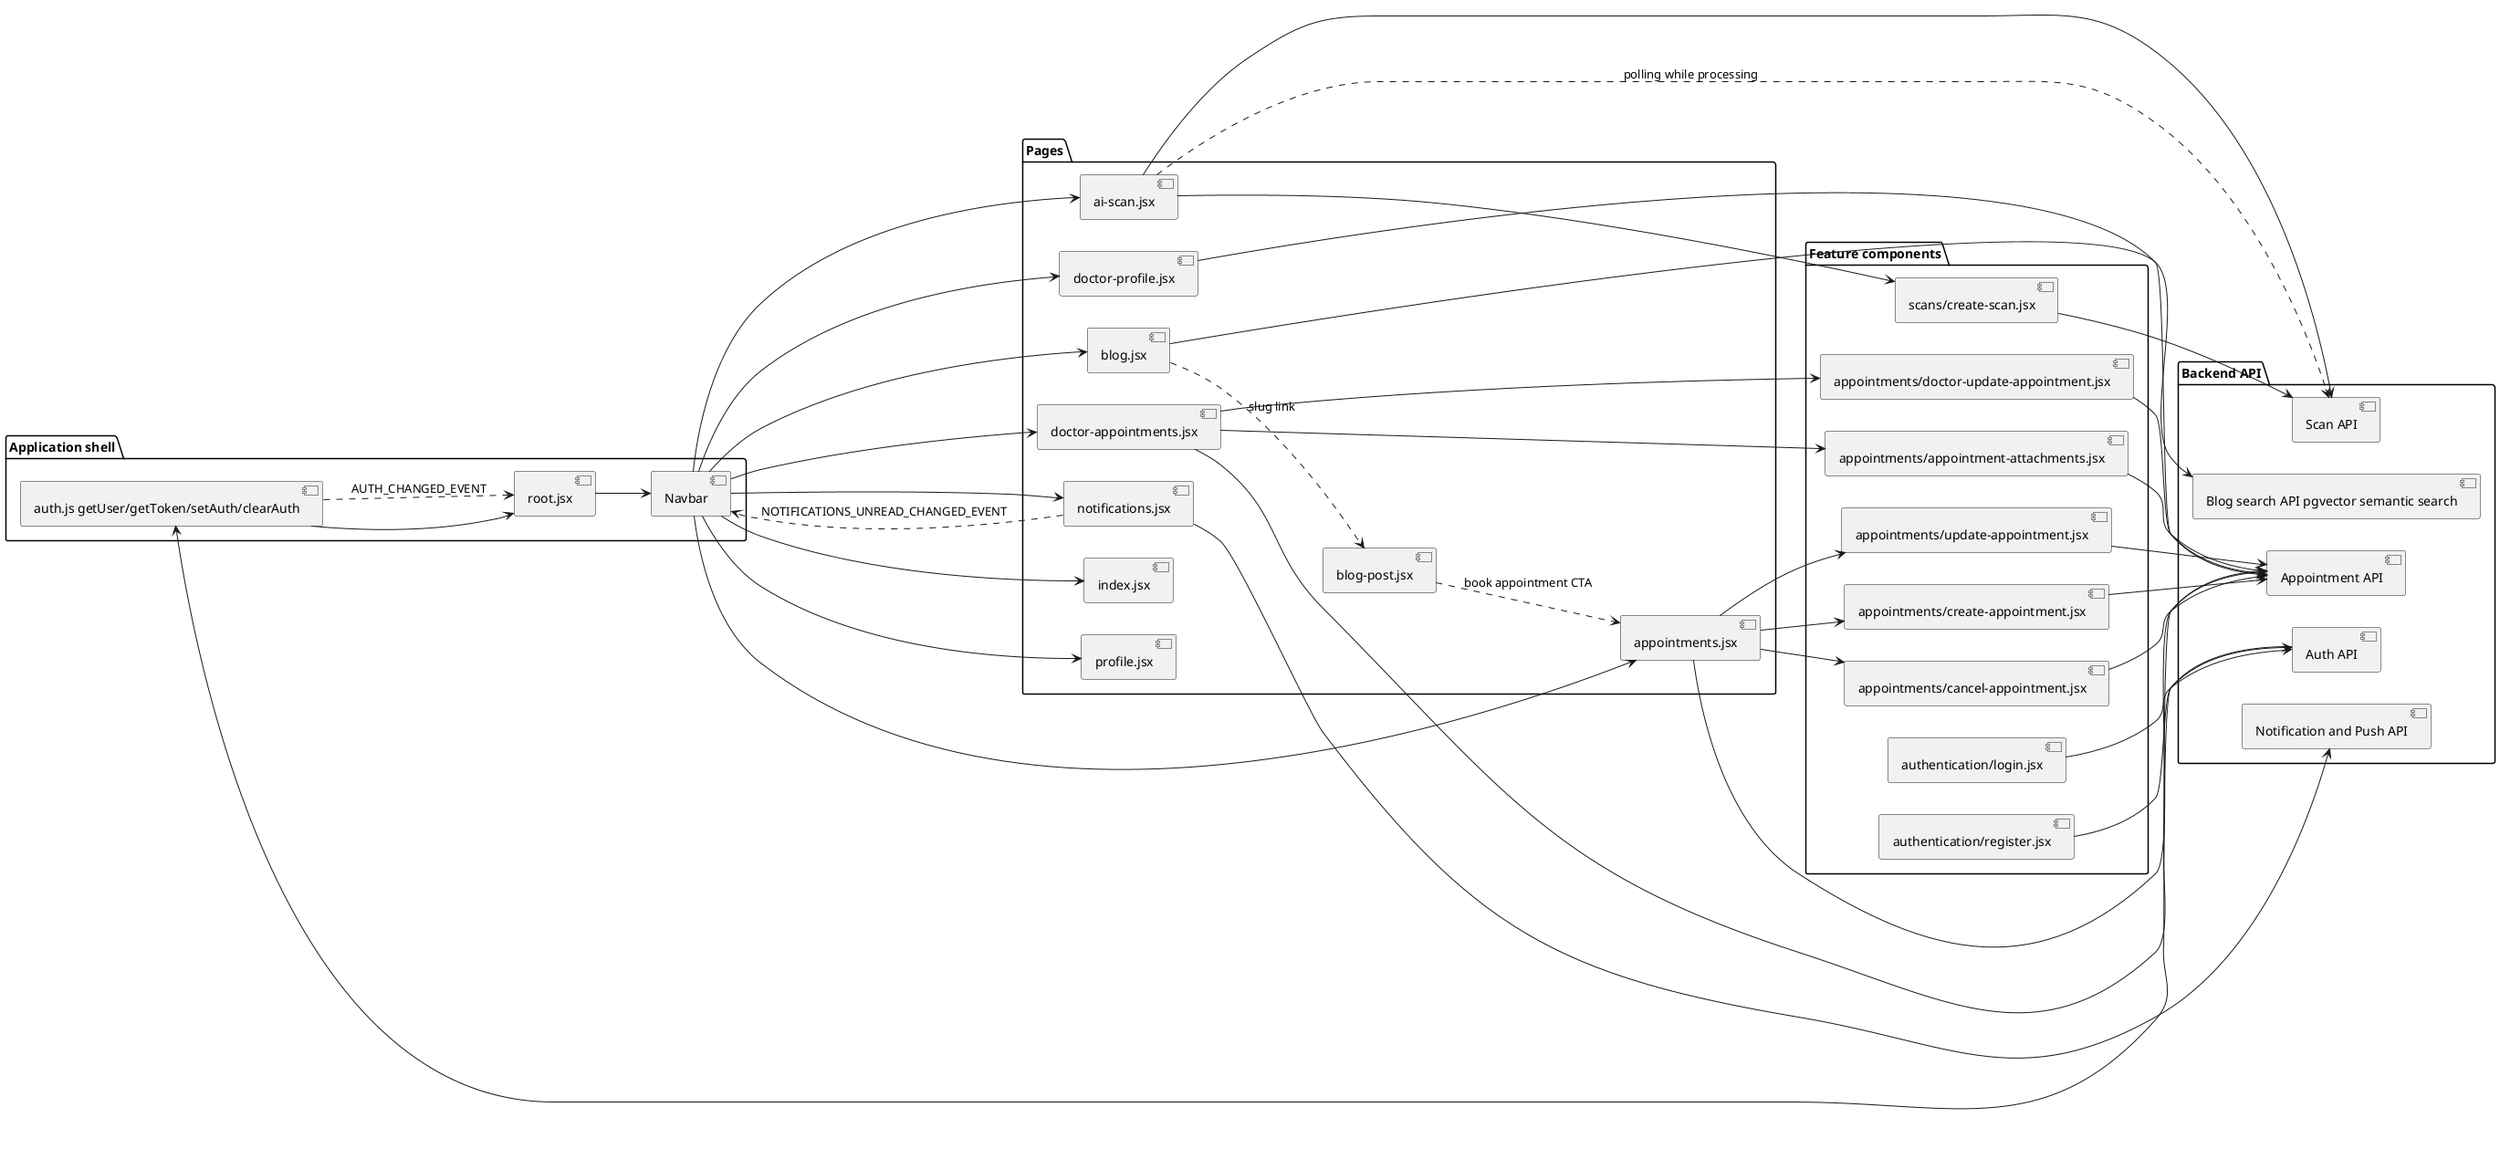
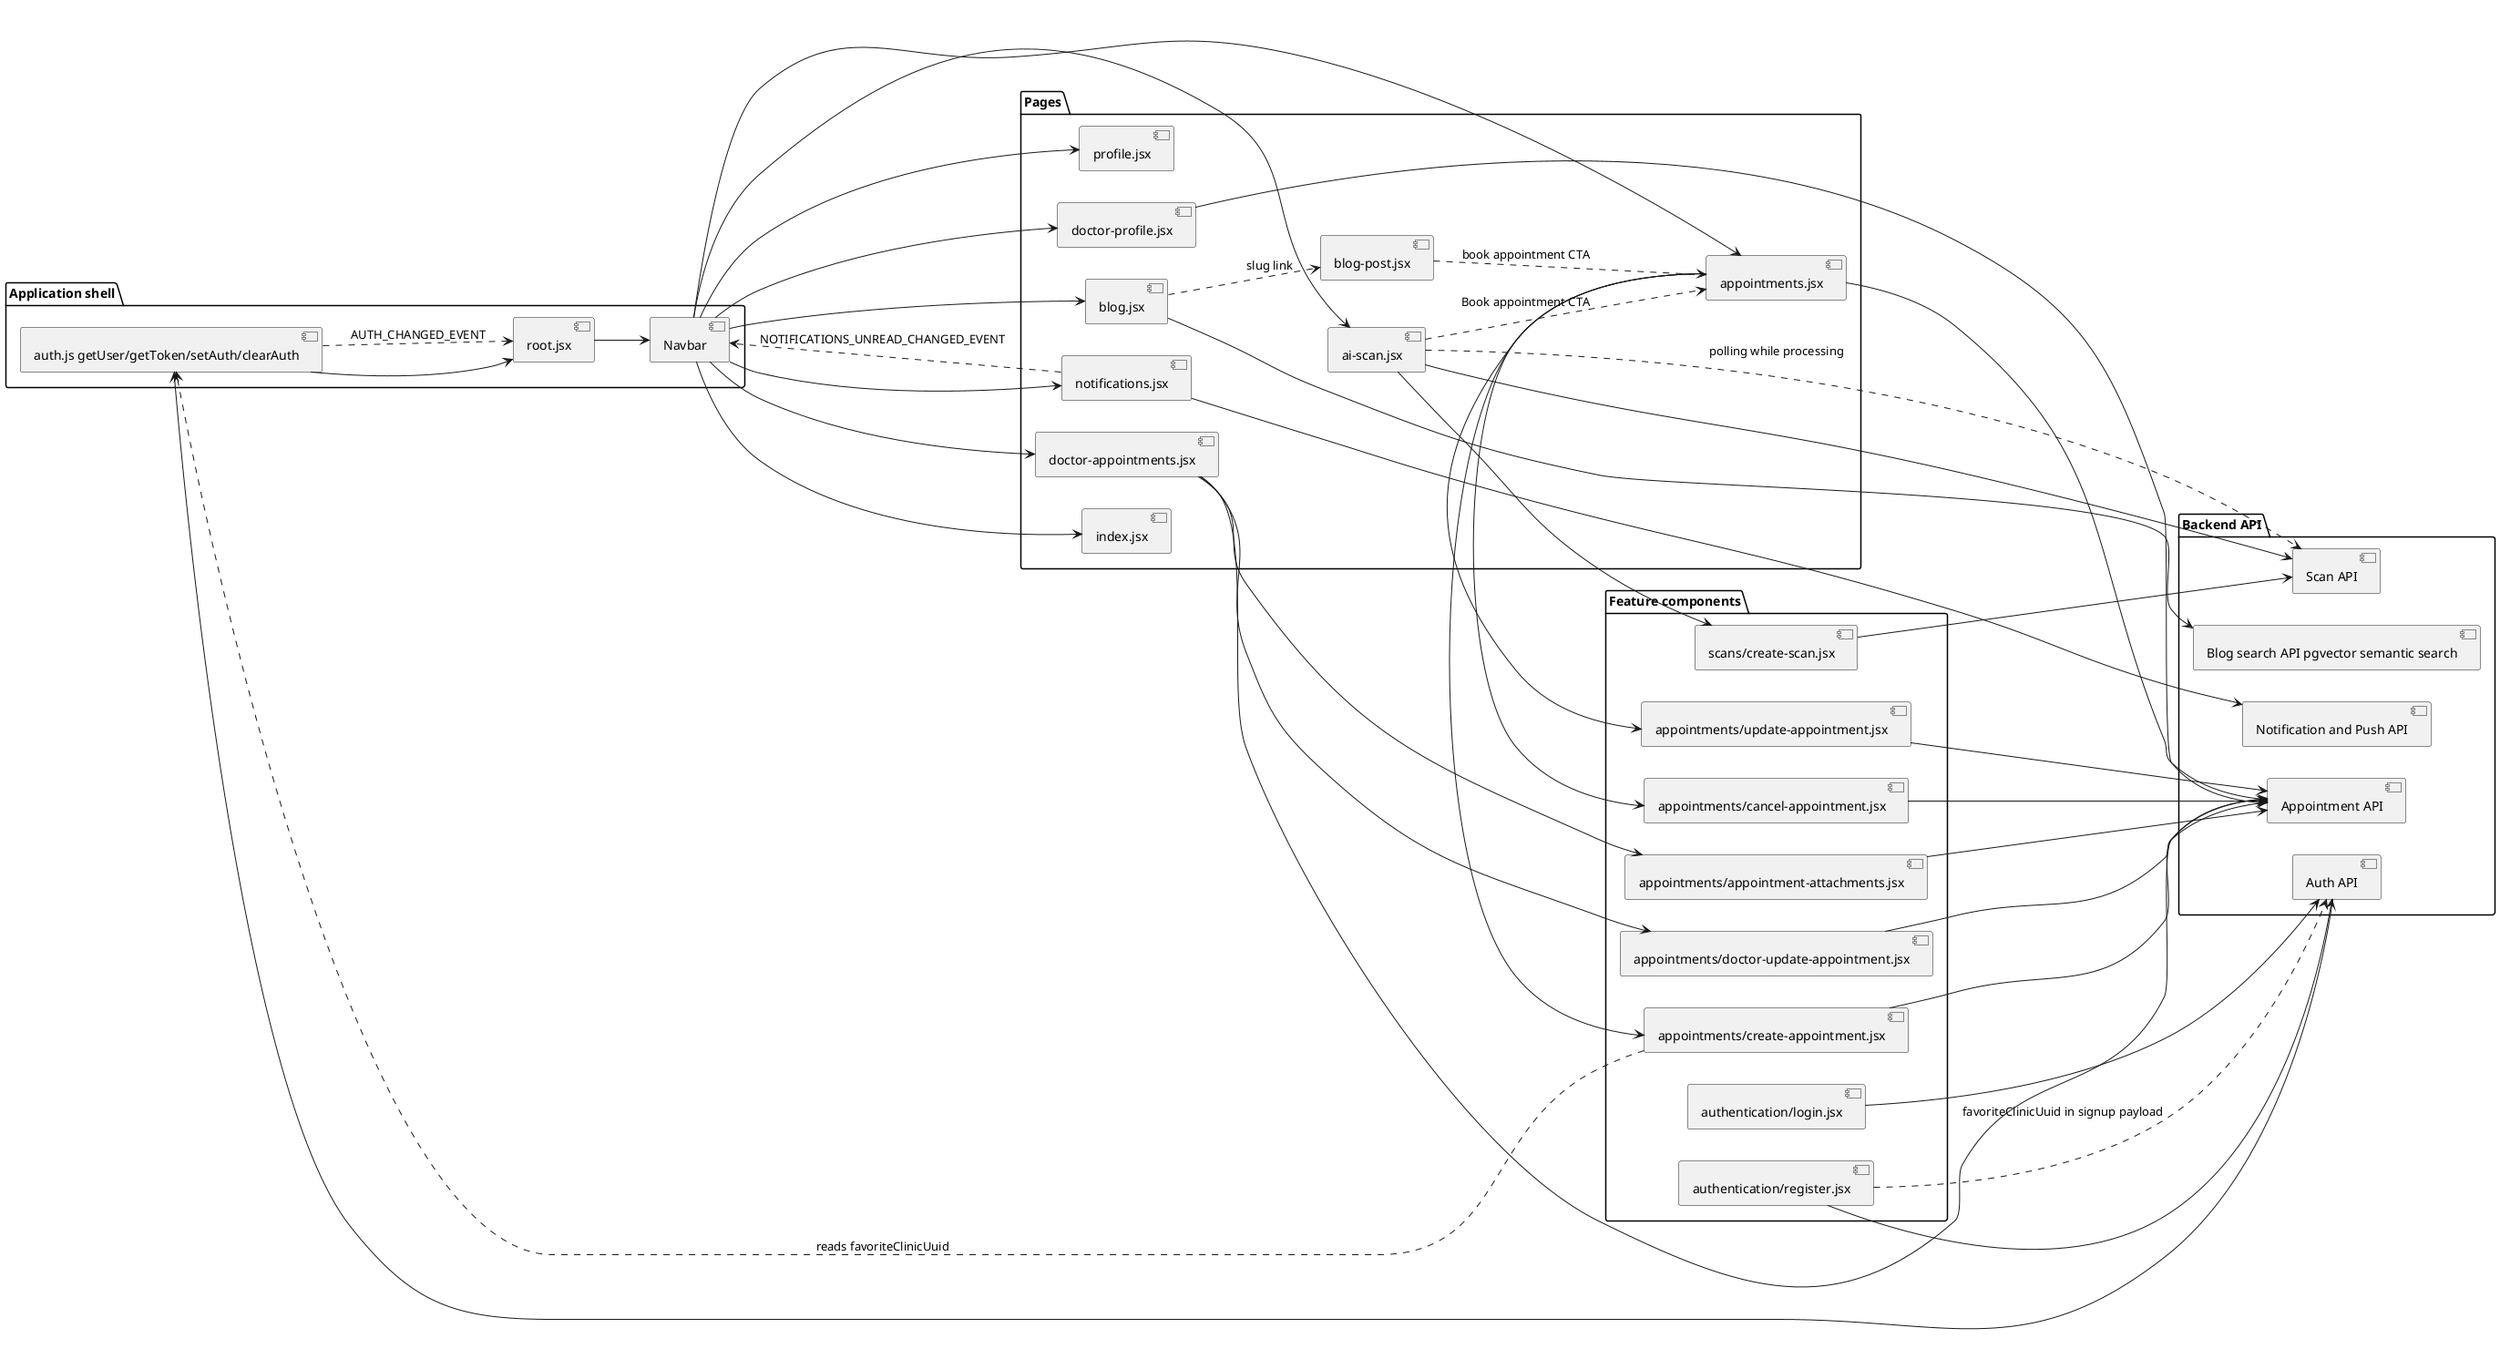
@startuml
left to right direction

package "Application shell" {
  component "root.jsx" as root
  component Navbar as navbar
  component "auth.js getUser/getToken/setAuth/clearAuth" as authUtil
}

package Pages {
  component "index.jsx" as home
  component "profile.jsx" as profile
  component "appointments.jsx" as appointments
  component "ai-scan.jsx" as aiScan
  component "notifications.jsx" as notifications
  component "doctor-appointments.jsx" as doctorAppointments
  component "doctor-profile.jsx" as doctorProfile
  component "blog.jsx" as blog
  component "blog-post.jsx" as blogPost
}

package "Feature components" {
  component "authentication/login.jsx" as login
  component "authentication/register.jsx" as register
  component "appointments/create-appointment.jsx" as createAppointment
  component "appointments/update-appointment.jsx" as updateAppointment
  component "appointments/cancel-appointment.jsx" as cancelAppointment
  component "appointments/doctor-update-appointment.jsx" as doctorUpdateAppointment
  component "scans/create-scan.jsx" as createScan
  component "appointments/appointment-attachments.jsx" as attachments
}

package "Backend API" {
  component "Auth API" as authApi
  component "Appointment API" as appointmentApi
  component "Scan API" as scanApi
  component "Notification and Push API" as notificationApi
  component "Blog search API pgvector semantic search" as blogApi
}

authUtil --> root
root --> navbar
navbar --> home
navbar --> profile
navbar --> appointments
navbar --> aiScan
navbar --> notifications
navbar --> doctorAppointments
navbar --> doctorProfile
navbar --> blog

login --> authApi
authApi --> authUtil
register --> authApi
+ register ..> authApi : favoriteClinicUuid in signup payload
appointments --> appointmentApi
appointments --> createAppointment
createAppointment --> appointmentApi
+ createAppointment ..> authUtil : reads favoriteClinicUuid
appointments --> updateAppointment
updateAppointment --> appointmentApi
appointments --> cancelAppointment
cancelAppointment --> appointmentApi
doctorAppointments --> appointmentApi
doctorAppointments --> doctorUpdateAppointment
doctorUpdateAppointment --> appointmentApi
doctorAppointments --> attachments
attachments --> appointmentApi
doctorProfile --> appointmentApi
blog --> blogApi
blog ..> blogPost : slug link
blogPost ..> appointments : book appointment CTA
aiScan --> createScan
createScan --> scanApi
aiScan --> scanApi
+ aiScan ..> appointments : Book appointment CTA
notifications --> notificationApi

authUtil ..> root : AUTH_CHANGED_EVENT
notifications ..> navbar : NOTIFICATIONS_UNREAD_CHANGED_EVENT
aiScan ..> scanApi : polling while processing

@enduml